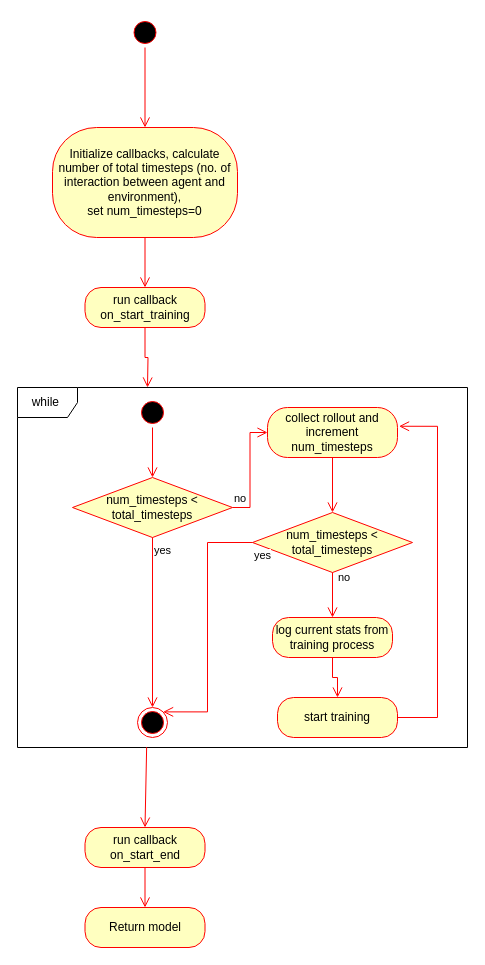
aferdina/rlcoding-lecturenodes keeps this draw.io diagram as page "OnPolicyFlowDiagram" (2 of 2) of lectures/Lecture_06/images/Callback.drawio. Above is the earlier version. Source tidied: cells renumbered, new cells numbered last; positions are measured from the earlier drawing's top-left corner, leaving out a move shared by most shapes. Both pictures are drawn from the tidied source at 100%, with x=0, y=0 at pixel (17, 17).
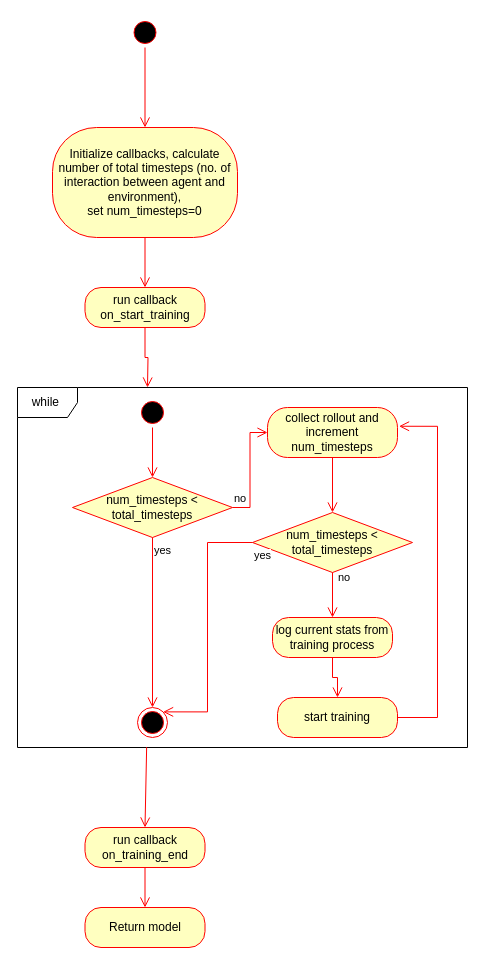
After the change.

Diff of the diagram source:
```diff
@@
-    <mxCell id="25" value="run callback on_start_end" style="rounded=1;whiteSpace=wrap;html=1;arcSize=40;fontColor=#000000;fillColor=#ffffc0;strokeColor=#ff0000;" parent="1" vertex="1">
+    <mxCell id="25" value="run callback on_training_end" style="rounded=1;whiteSpace=wrap;html=1;arcSize=40;fontColor=#000000;fillColor=#ffffc0;strokeColor=#ff0000;" parent="1" vertex="1">
       <mxGeometry x="67.5" y="810" width="120" height="40" as="geometry" />
     </mxCell>
```
